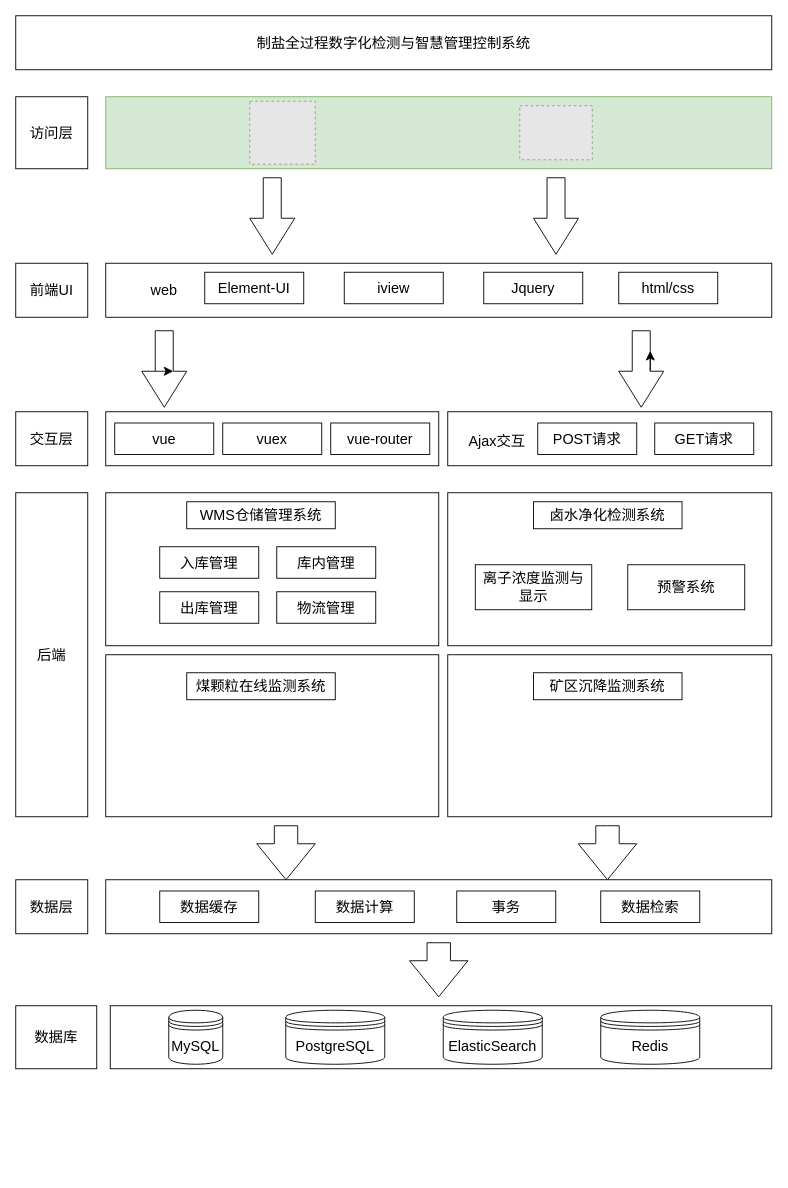
Before: page "第 5 页" (5 of 5) of 未命名绘图.drawio in Drum-sys/samples, a draw.io diagram. Source tidied: cells renumbered, new cells numbered last; positions are measured from the earlier drawing's top-left corner, leaving out a move shared by most shapes. Both pictures are drawn from the tidied source at 90%, with x=0, y=0 at pixel (15, 15). Pictures stored in the file or linked from it are replaced by grey dashed boxes.
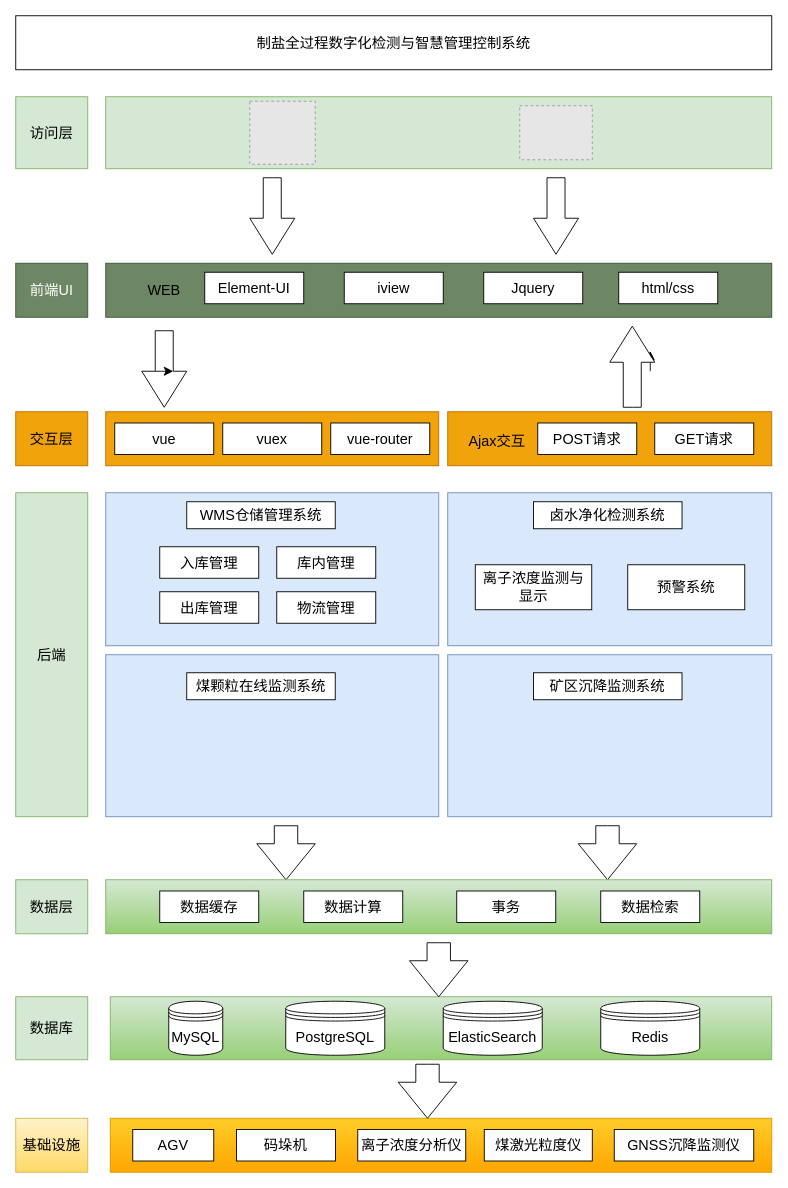
The same diagram, later.

Commit message:
更新未命名绘图.drawio

What changed in the source:
```diff
@@
-    <mxCell id="3" value="访问层" style="whiteSpace=wrap;html=1;fontSize=16;" parent="1" vertex="1">
+    <mxCell id="3" value="访问层" style="whiteSpace=wrap;html=1;fontSize=16;fillColor=#d5e8d4;strokeColor=#82b366;" parent="1" vertex="1">
       <mxGeometry y="90" width="80" height="80" as="geometry" />
     </mxCell>
@@
-    <mxCell id="7" value="前端UI" style="rounded=0;whiteSpace=wrap;html=1;fontSize=16;" parent="1" vertex="1">
+    <mxCell id="7" value="前端UI" style="rounded=0;whiteSpace=wrap;html=1;fontSize=16;fillColor=#6d8764;fontColor=#ffffff;strokeColor=#3A5431;" parent="1" vertex="1">
       <mxGeometry y="275" width="80" height="60" as="geometry" />
     </mxCell>
-    <mxCell id="8" style="rounded=0;whiteSpace=wrap;html=1;fontSize=16;" parent="1" vertex="1">
+    <mxCell id="8" style="rounded=0;whiteSpace=wrap;html=1;fontSize=16;fillColor=#6d8764;fontColor=#ffffff;strokeColor=#3A5431;" parent="1" vertex="1">
       <mxGeometry x="100" y="275" width="740" height="60" as="geometry" />
     </mxCell>
-    <mxCell id="9" value="web" style="rounded=0;whiteSpace=wrap;html=1;fontSize=16;fillColor=none;strokeColor=none;" parent="1" vertex="1">
+    <mxCell id="9" value="WEB" style="rounded=0;whiteSpace=wrap;html=1;fontSize=16;fillColor=none;strokeColor=none;" parent="1" vertex="1">
       <mxGeometry x="120" y="290" width="90" height="30" as="geometry" />
     </mxCell>
@@
-    <mxCell id="16" value="交互层" style="rounded=0;whiteSpace=wrap;html=1;fontSize=16;" parent="1" vertex="1">
+    <mxCell id="16" value="交互层" style="rounded=0;whiteSpace=wrap;html=1;fontSize=16;fillColor=#f0a30a;fontColor=#000000;strokeColor=#BD7000;" parent="1" vertex="1">
       <mxGeometry y="440" width="80" height="60" as="geometry" />
     </mxCell>
@@
-    <mxCell id="18" style="rounded=0;whiteSpace=wrap;html=1;fontSize=16;" parent="1" vertex="1">
+    <mxCell id="18" style="rounded=0;whiteSpace=wrap;html=1;fontSize=16;fillColor=#f0a30a;fontColor=#000000;strokeColor=#BD7000;" parent="1" vertex="1">
       <mxGeometry x="100" y="440" width="370" height="60" as="geometry" />
     </mxCell>
@@
-    <mxCell id="22" style="rounded=0;whiteSpace=wrap;html=1;fontSize=16;" parent="1" vertex="1">
+    <mxCell id="22" style="rounded=0;whiteSpace=wrap;html=1;fontSize=16;fillColor=#f0a30a;fontColor=#000000;strokeColor=#BD7000;" parent="1" vertex="1">
       <mxGeometry x="480" y="440" width="360" height="60" as="geometry" />
     </mxCell>
@@
-    <mxCell id="26" style="html=1;shadow=0;dashed=0;align=center;verticalAlign=middle;shape=mxgraph.arrows2.arrow;dy=0.6;dx=40;direction=south;notch=0;fontSize=16;" parent="1" vertex="1">
-      <mxGeometry x="670" y="350" width="50" height="85" as="geometry" />
-    </mxCell>
@@
-    <mxCell id="28" style="edgeStyle=none;curved=1;rounded=0;orthogonalLoop=1;jettySize=auto;html=1;exitX=0;exitY=0;exitDx=45;exitDy=15;exitPerimeter=0;entryX=0;entryY=0;entryDx=22.5;entryDy=15;entryPerimeter=0;fontSize=12;startSize=8;endSize=8;" parent="1" edge="1" source="26" target="26">
-      <mxGeometry relative="1" as="geometry" />
+    <mxCell id="28" style="edgeStyle=none;curved=1;rounded=0;orthogonalLoop=1;jettySize=auto;html=1;exitX=0;exitY=0;exitDx=45;exitDy=15;exitPerimeter=0;entryX=0;entryY=0;entryDx=22.5;entryDy=15;entryPerimeter=0;fontSize=12;startSize=8;endSize=8;" parent="1" edge="1">
+      <mxGeometry relative="1" as="geometry">
+        <mxPoint x="705" y="395" as="sourcePoint" />
+        <mxPoint x="705" y="372.5" as="targetPoint" />
+      </mxGeometry>
     </mxCell>
-    <mxCell id="29" value="后端" style="rounded=0;whiteSpace=wrap;html=1;fontSize=16;" parent="1" vertex="1">
+    <mxCell id="29" value="后端" style="rounded=0;whiteSpace=wrap;html=1;fontSize=16;fillColor=#d5e8d4;strokeColor=#82b366;" parent="1" vertex="1">
       <mxGeometry y="530" width="80" height="360" as="geometry" />
     </mxCell>
-    <mxCell id="30" style="rounded=0;whiteSpace=wrap;html=1;fontSize=16;" parent="1" vertex="1">
+    <mxCell id="30" style="rounded=0;whiteSpace=wrap;html=1;fontSize=16;fillColor=#dae8fc;strokeColor=#6c8ebf;" parent="1" vertex="1">
       <mxGeometry x="100" y="530" width="370" height="170" as="geometry" />
     </mxCell>
@@
-    <mxCell id="36" style="rounded=0;whiteSpace=wrap;html=1;fontSize=16;" parent="1" vertex="1">
+    <mxCell id="36" style="rounded=0;whiteSpace=wrap;html=1;fontSize=16;fillColor=#dae8fc;strokeColor=#6c8ebf;" parent="1" vertex="1">
       <mxGeometry x="480" y="530" width="360" height="170" as="geometry" />
     </mxCell>
@@
-    <mxCell id="40" style="rounded=0;whiteSpace=wrap;html=1;fontSize=16;" parent="1" vertex="1">
+    <mxCell id="40" style="rounded=0;whiteSpace=wrap;html=1;fontSize=16;fillColor=#dae8fc;strokeColor=#6c8ebf;" parent="1" vertex="1">
       <mxGeometry x="100" y="710" width="370" height="180" as="geometry" />
     </mxCell>
@@
-    <mxCell id="42" style="rounded=0;whiteSpace=wrap;html=1;fontSize=16;" parent="1" vertex="1">
+    <mxCell id="42" style="rounded=0;whiteSpace=wrap;html=1;fontSize=16;fillColor=#dae8fc;strokeColor=#6c8ebf;" parent="1" vertex="1">
       <mxGeometry x="480" y="710" width="360" height="180" as="geometry" />
     </mxCell>
@@
-    <mxCell id="44" value="数据库" style="rounded=0;whiteSpace=wrap;html=1;fontSize=16;" parent="1" vertex="1">
-      <mxGeometry y="1100" width="90" height="70" as="geometry" />
+    <mxCell id="44" value="数据库" style="rounded=0;whiteSpace=wrap;html=1;fontSize=16;fillColor=#d5e8d4;strokeColor=#82b366;" parent="1" vertex="1">
+      <mxGeometry y="1090" width="80" height="70" as="geometry" />
     </mxCell>
@@
-    <mxCell id="46" style="rounded=0;whiteSpace=wrap;html=1;fontSize=16;" parent="1" vertex="1">
-      <mxGeometry x="105" y="1100" width="735" height="70" as="geometry" />
+    <mxCell id="46" style="rounded=0;whiteSpace=wrap;html=1;fontSize=16;fillColor=#d5e8d4;gradientColor=#97d077;strokeColor=#82b366;" parent="1" vertex="1">
+      <mxGeometry x="105" y="1090" width="735" height="70" as="geometry" />
     </mxCell>
@@
     <mxCell id="48" value="MySQL" style="shape=datastore;whiteSpace=wrap;html=1;fontSize=16;" parent="1" vertex="1">
-      <mxGeometry x="170" y="1105" width="60" height="60" as="geometry" />
+      <mxGeometry x="170" y="1095" width="60" height="60" as="geometry" />
     </mxCell>
     <mxCell id="49" value="PostgreSQL" style="shape=datastore;whiteSpace=wrap;html=1;fontSize=16;" parent="1" vertex="1">
-      <mxGeometry x="300" y="1105" width="110" height="60" as="geometry" />
+      <mxGeometry x="300" y="1095" width="110" height="60" as="geometry" />
     </mxCell>
-    <mxCell id="50" value="数据层" style="rounded=0;whiteSpace=wrap;html=1;fontSize=16;" parent="1" vertex="1">
+    <mxCell id="50" value="数据层" style="rounded=0;whiteSpace=wrap;html=1;fontSize=16;fillColor=#d5e8d4;strokeColor=#82b366;" parent="1" vertex="1">
       <mxGeometry y="960" width="80" height="60" as="geometry" />
     </mxCell>
-    <mxCell id="51" style="rounded=0;whiteSpace=wrap;html=1;fontSize=16;" parent="1" vertex="1">
+    <mxCell id="51" style="rounded=0;whiteSpace=wrap;html=1;fontSize=16;fillColor=#d5e8d4;gradientColor=#97d077;strokeColor=#82b366;" parent="1" vertex="1">
       <mxGeometry x="100" y="960" width="740" height="60" as="geometry" />
     </mxCell>
@@
     <mxCell id="53" value="数据计算" style="rounded=0;whiteSpace=wrap;html=1;fontSize=16;" parent="1" vertex="1">
-      <mxGeometry x="332.8" y="972.5" width="110" height="35" as="geometry" />
+      <mxGeometry x="320" y="972.5" width="110" height="35" as="geometry" />
     </mxCell>
@@
     <mxCell id="57" value="ElasticSearch" style="shape=datastore;whiteSpace=wrap;html=1;fontSize=16;" parent="1" vertex="1">
-      <mxGeometry x="475" y="1105" width="110" height="60" as="geometry" />
+      <mxGeometry x="475" y="1095" width="110" height="60" as="geometry" />
     </mxCell>
     <mxCell id="58" value="Redis" style="shape=datastore;whiteSpace=wrap;html=1;fontSize=16;" parent="1" vertex="1">
-      <mxGeometry x="650" y="1105" width="110" height="60" as="geometry" />
+      <mxGeometry x="650" y="1095" width="110" height="60" as="geometry" />
     </mxCell>
+    <mxCell id="59" value="基础设施" style="rounded=0;whiteSpace=wrap;html=1;fontSize=16;fillColor=#fff2cc;gradientColor=#ffd966;strokeColor=#d6b656;" parent="1" vertex="1">
+      <mxGeometry y="1225" width="80" height="60" as="geometry" />
+    </mxCell>
+    <mxCell id="60" style="html=1;shadow=0;dashed=0;align=center;verticalAlign=middle;shape=mxgraph.arrows2.arrow;dy=0.6;dx=40;direction=north;notch=0;fontSize=16;" parent="1" vertex="1">
+      <mxGeometry x="660" y="345" width="50" height="90" as="geometry" />
+    </mxCell>
+    <mxCell id="61" style="edgeStyle=none;curved=1;rounded=0;orthogonalLoop=1;jettySize=auto;html=1;exitX=1;exitY=0;exitDx=0;exitDy=0;fontSize=12;startSize=8;endSize=8;" parent="1" edge="1">
+      <mxGeometry relative="1" as="geometry">
+        <mxPoint x="830" y="1220" as="sourcePoint" />
+        <mxPoint x="830" y="1220" as="targetPoint" />
+      </mxGeometry>
+    </mxCell>
+    <mxCell id="62" style="rounded=0;whiteSpace=wrap;html=1;fontSize=16;fillColor=#ffcd28;gradientColor=#ffa500;strokeColor=#d79b00;" parent="1" vertex="1">
+      <mxGeometry x="105" y="1225" width="735" height="60" as="geometry" />
+    </mxCell>
+    <mxCell id="63" value="AGV" style="rounded=0;whiteSpace=wrap;html=1;fontSize=16;" parent="1" vertex="1">
+      <mxGeometry x="130" y="1237.5" width="90" height="35" as="geometry" />
+    </mxCell>
+    <mxCell id="64" value="码垛机" style="rounded=0;whiteSpace=wrap;html=1;fontSize=16;" parent="1" vertex="1">
+      <mxGeometry x="245.3" y="1237.5" width="110" height="35" as="geometry" />
+    </mxCell>
+    <mxCell id="65" value="离子浓度分析仪" style="rounded=0;whiteSpace=wrap;html=1;fontSize=16;" parent="1" vertex="1">
+      <mxGeometry x="380" y="1237.5" width="120" height="35" as="geometry" />
+    </mxCell>
+    <mxCell id="66" value="煤激光粒度仪" style="rounded=0;whiteSpace=wrap;html=1;fontSize=16;" parent="1" vertex="1">
+      <mxGeometry x="520.6" y="1237.5" width="120" height="35" as="geometry" />
+    </mxCell>
+    <mxCell id="67" value="GNSS沉降监测仪" style="rounded=0;whiteSpace=wrap;html=1;fontSize=16;" parent="1" vertex="1">
+      <mxGeometry x="665" y="1237.5" width="155" height="35" as="geometry" />
+    </mxCell>
+    <mxCell id="68" style="html=1;shadow=0;dashed=0;align=center;verticalAlign=middle;shape=mxgraph.arrows2.arrow;dy=0.6;dx=40;direction=south;notch=0;fontSize=16;" parent="1" vertex="1">
+      <mxGeometry x="425" y="1165" width="65" height="60" as="geometry" />
+    </mxCell>
```
